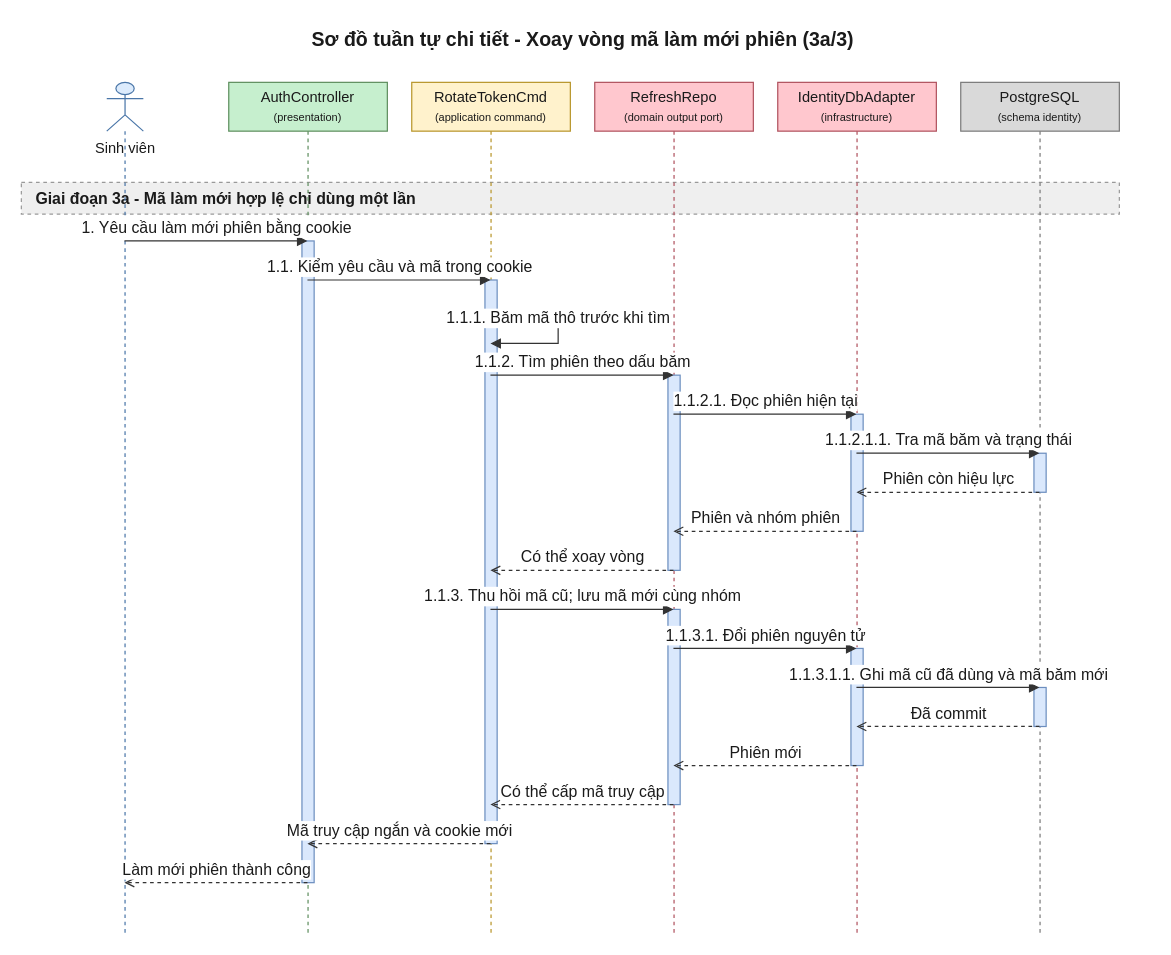
Before: 08-diagram/sequence/user/sequence_user_dang_ky_dang_nhap_p3.drawio in daiphu1801/PRJ_ALGOPREP, a draw.io diagram. Source tidied: cells renumbered, new cells numbered last; positions are measured from the earlier drawing's top-left corner, leaving out a move shared by most shapes. Both pictures are drawn from the tidied source at 122%, with x=0, y=0 at pixel (21, 21).
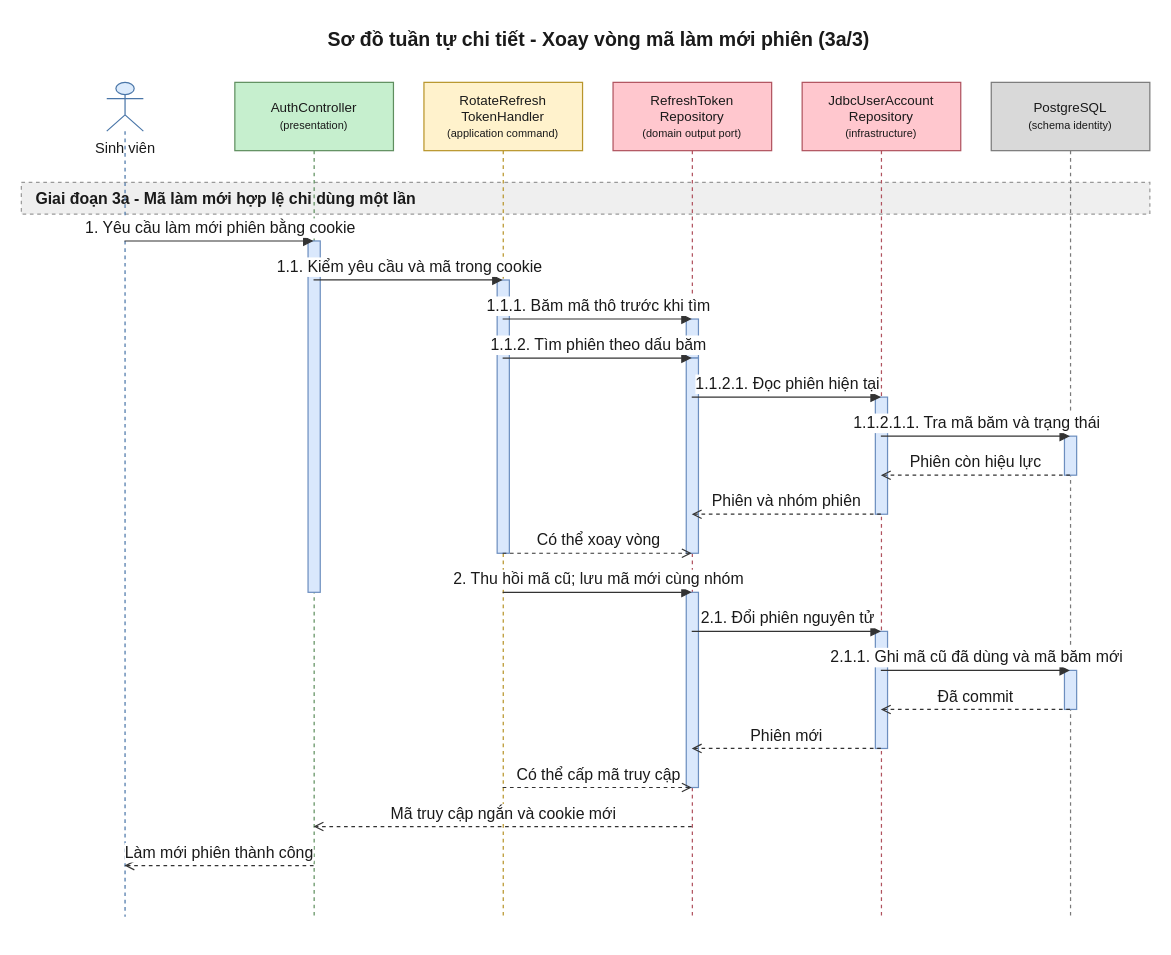
The same diagram, later.

Diff of the diagram source:
```diff
@@
     <mxCell id="2" value="Sơ đồ tuần tự chi tiết - Xoay vòng mã làm mới phiên (3a/3)" style="text;html=1;fontSize=16;fontStyle=1;align=center;verticalAlign=middle;fontColor=#1A1A1A;" parent="1" vertex="1">
-      <mxGeometry x="20" width="880" height="30" as="geometry" />
+      <mxGeometry x="20" width="905" height="30" as="geometry" />
     </mxCell>
     <mxCell id="3" value="Giai đoạn 3a - Mã làm mới hợp lệ chỉ dùng một lần" style="algoprep=phase;rounded=0;whiteSpace=wrap;html=1;fillColor=#EFEFEF;strokeColor=#999999;dashed=1;align=left;verticalAlign=middle;spacingLeft=10;fontColor=#1A1A1A;fontSize=13;fontStyle=1;" parent="1" vertex="1">
-      <mxGeometry y="132" width="900" height="26" as="geometry" />
+      <mxGeometry y="132" width="925" height="26" as="geometry" />
     </mxCell>
     <mxCell id="4" value="Sinh viên" style="shape=umlLifeline;participant=umlActor;perimeter=lifelinePerimeter;html=1;outlineConnect=0;size=40;verticalAlign=top;spacingTop=40;fillColor=#DCEBFC;strokeColor=#4A76A8;fontColor=#1A1A1A;" parent="1" vertex="1">
-      <mxGeometry x="70" y="50" width="30" height="698" as="geometry" />
+      <mxGeometry x="70" y="50" width="30" height="684" as="geometry" />
     </mxCell>
-    <mxCell id="5" value="AuthController&lt;br&gt;&lt;font style=&quot;font-size:9px&quot;&gt;(presentation)&lt;/font&gt;" style="shape=umlLifeline;perimeter=lifelinePerimeter;whiteSpace=wrap;html=1;outlineConnect=0;size=40;fillColor=#C6EFCE;strokeColor=#5E8E5E;fontColor=#1A1A1A;" parent="1" vertex="1">
-      <mxGeometry x="170" y="50" width="130" height="698" as="geometry" />
+    <mxCell id="5" value="AuthController&lt;br&gt;&lt;font style=&quot;font-size:9px&quot;&gt;(presentation)&lt;/font&gt;" style="shape=umlLifeline;perimeter=lifelinePerimeter;whiteSpace=wrap;html=1;outlineConnect=0;size=56;fontSize=11;fillColor=#C6EFCE;strokeColor=#5E8E5E;fontColor=#1A1A1A;" parent="1" vertex="1">
+      <mxGeometry x="175" y="50" width="130" height="684" as="geometry" />
     </mxCell>
-    <mxCell id="6" value="RotateTokenCmd&lt;br&gt;&lt;font style=&quot;font-size:9px&quot;&gt;(application command)&lt;/font&gt;" style="shape=umlLifeline;perimeter=lifelinePerimeter;whiteSpace=wrap;html=1;outlineConnect=0;size=40;fillColor=#FFF2CC;strokeColor=#B8952A;fontColor=#1A1A1A;" parent="1" vertex="1">
-      <mxGeometry x="320" y="50" width="130" height="698" as="geometry" />
+    <mxCell id="6" value="RotateRefresh&lt;br&gt;TokenHandler&lt;br&gt;&lt;font style=&quot;font-size:9px&quot;&gt;(application command)&lt;/font&gt;" style="shape=umlLifeline;perimeter=lifelinePerimeter;whiteSpace=wrap;html=1;outlineConnect=0;size=56;fontSize=11;fillColor=#FFF2CC;strokeColor=#B8952A;fontColor=#1A1A1A;" parent="1" vertex="1">
+      <mxGeometry x="330" y="50" width="130" height="684" as="geometry" />
     </mxCell>
-    <mxCell id="7" value="RefreshRepo&lt;br&gt;&lt;font style=&quot;font-size:9px&quot;&gt;(domain output port)&lt;/font&gt;" style="shape=umlLifeline;perimeter=lifelinePerimeter;whiteSpace=wrap;html=1;outlineConnect=0;size=40;fillColor=#FFC7CE;strokeColor=#B0525E;fontColor=#1A1A1A;" parent="1" vertex="1">
-      <mxGeometry x="470" y="50" width="130" height="698" as="geometry" />
+    <mxCell id="7" value="RefreshToken&lt;br&gt;Repository&lt;br&gt;&lt;font style=&quot;font-size:9px&quot;&gt;(domain output port)&lt;/font&gt;" style="shape=umlLifeline;perimeter=lifelinePerimeter;whiteSpace=wrap;html=1;outlineConnect=0;size=56;fontSize=11;fillColor=#FFC7CE;strokeColor=#B0525E;fontColor=#1A1A1A;" parent="1" vertex="1">
+      <mxGeometry x="485" y="50" width="130" height="684" as="geometry" />
     </mxCell>
-    <mxCell id="8" value="IdentityDbAdapter&lt;br&gt;&lt;font style=&quot;font-size:9px&quot;&gt;(infrastructure)&lt;/font&gt;" style="shape=umlLifeline;perimeter=lifelinePerimeter;whiteSpace=wrap;html=1;outlineConnect=0;size=40;fillColor=#FFC7CE;strokeColor=#B0525E;fontColor=#1A1A1A;" parent="1" vertex="1">
-      <mxGeometry x="620" y="50" width="130" height="698" as="geometry" />
+    <mxCell id="8" value="JdbcUserAccount&lt;br&gt;Repository&lt;br&gt;&lt;font style=&quot;font-size:9px&quot;&gt;(infrastructure)&lt;/font&gt;" style="shape=umlLifeline;perimeter=lifelinePerimeter;whiteSpace=wrap;html=1;outlineConnect=0;size=56;fontSize=11;fillColor=#FFC7CE;strokeColor=#B0525E;fontColor=#1A1A1A;" parent="1" vertex="1">
+      <mxGeometry x="640" y="50" width="130" height="684" as="geometry" />
     </mxCell>
-    <mxCell id="9" value="PostgreSQL&lt;br&gt;&lt;font style=&quot;font-size:9px&quot;&gt;(schema identity)&lt;/font&gt;" style="shape=umlLifeline;perimeter=lifelinePerimeter;whiteSpace=wrap;html=1;outlineConnect=0;size=40;fillColor=#D9D9D9;strokeColor=#7A7A7A;fontColor=#1A1A1A;" parent="1" vertex="1">
-      <mxGeometry x="770" y="50" width="130" height="698" as="geometry" />
+    <mxCell id="9" value="PostgreSQL&lt;br&gt;&lt;font style=&quot;font-size:9px&quot;&gt;(schema identity)&lt;/font&gt;" style="shape=umlLifeline;perimeter=lifelinePerimeter;whiteSpace=wrap;html=1;outlineConnect=0;size=56;fontSize=11;fillColor=#D9D9D9;strokeColor=#7A7A7A;fontColor=#1A1A1A;" parent="1" vertex="1">
+      <mxGeometry x="795" y="50" width="130" height="684" as="geometry" />
     </mxCell>
-    <mxCell id="10" style="html=1;perimeter=orthogonalPerimeter;targetShapes=umlLifeline;fillColor=#DAE8FC;strokeColor=#6C8EBF;" parent="9" vertex="1">
-      <mxGeometry x="60" y="304" width="10" height="32" as="geometry" />
+    <mxCell id="10" style="html=1;perimeter=orthogonalPerimeter;targetShapes=umlLifeline;fillColor=#DAE8FC;strokeColor=#6C8EBF;" parent="7" vertex="1">
+      <mxGeometry x="60" y="194" width="10" height="32" as="geometry" />
     </mxCell>
-    <mxCell id="11" style="html=1;perimeter=orthogonalPerimeter;targetShapes=umlLifeline;fillColor=#DAE8FC;strokeColor=#6C8EBF;" parent="8" vertex="1">
-      <mxGeometry x="60" y="272" width="10" height="96" as="geometry" />
+    <mxCell id="11" style="html=1;perimeter=orthogonalPerimeter;targetShapes=umlLifeline;fillColor=#DAE8FC;strokeColor=#6C8EBF;" parent="9" vertex="1">
+      <mxGeometry x="60" y="290" width="10" height="32" as="geometry" />
     </mxCell>
-    <mxCell id="12" style="html=1;perimeter=orthogonalPerimeter;targetShapes=umlLifeline;fillColor=#DAE8FC;strokeColor=#6C8EBF;" parent="7" vertex="1">
-      <mxGeometry x="60" y="240" width="10" height="160" as="geometry" />
+    <mxCell id="12" style="html=1;perimeter=orthogonalPerimeter;targetShapes=umlLifeline;fillColor=#DAE8FC;strokeColor=#6C8EBF;" parent="8" vertex="1">
+      <mxGeometry x="60" y="258" width="10" height="96" as="geometry" />
     </mxCell>
-    <mxCell id="13" style="html=1;perimeter=orthogonalPerimeter;targetShapes=umlLifeline;fillColor=#DAE8FC;strokeColor=#6C8EBF;" parent="9" vertex="1">
-      <mxGeometry x="60" y="496" width="10" height="32" as="geometry" />
+    <mxCell id="13" style="html=1;perimeter=orthogonalPerimeter;targetShapes=umlLifeline;fillColor=#DAE8FC;strokeColor=#6C8EBF;" parent="7" vertex="1">
+      <mxGeometry x="60" y="226" width="10" height="160" as="geometry" />
     </mxCell>
-    <mxCell id="14" style="html=1;perimeter=orthogonalPerimeter;targetShapes=umlLifeline;fillColor=#DAE8FC;strokeColor=#6C8EBF;" parent="8" vertex="1">
-      <mxGeometry x="60" y="464" width="10" height="96" as="geometry" />
+    <mxCell id="14" style="html=1;perimeter=orthogonalPerimeter;targetShapes=umlLifeline;fillColor=#DAE8FC;strokeColor=#6C8EBF;" parent="6" vertex="1">
+      <mxGeometry x="60" y="162" width="10" height="224" as="geometry" />
     </mxCell>
-    <mxCell id="15" style="html=1;perimeter=orthogonalPerimeter;targetShapes=umlLifeline;fillColor=#DAE8FC;strokeColor=#6C8EBF;" parent="7" vertex="1">
-      <mxGeometry x="60" y="432" width="10" height="160" as="geometry" />
+    <mxCell id="15" style="html=1;perimeter=orthogonalPerimeter;targetShapes=umlLifeline;fillColor=#DAE8FC;strokeColor=#6C8EBF;" parent="5" vertex="1">
+      <mxGeometry x="60" y="130" width="10" height="288" as="geometry" />
     </mxCell>
-    <mxCell id="16" style="html=1;perimeter=orthogonalPerimeter;targetShapes=umlLifeline;fillColor=#DAE8FC;strokeColor=#6C8EBF;" parent="6" vertex="1">
-      <mxGeometry x="60" y="162" width="10" height="462" as="geometry" />
+    <mxCell id="16" style="html=1;perimeter=orthogonalPerimeter;targetShapes=umlLifeline;fillColor=#DAE8FC;strokeColor=#6C8EBF;" parent="9" vertex="1">
+      <mxGeometry x="60" y="482" width="10" height="32" as="geometry" />
     </mxCell>
-    <mxCell id="17" style="html=1;perimeter=orthogonalPerimeter;targetShapes=umlLifeline;fillColor=#DAE8FC;strokeColor=#6C8EBF;" parent="5" vertex="1">
-      <mxGeometry x="60" y="130" width="10" height="526" as="geometry" />
+    <mxCell id="17" style="html=1;perimeter=orthogonalPerimeter;targetShapes=umlLifeline;fillColor=#DAE8FC;strokeColor=#6C8EBF;" parent="8" vertex="1">
+      <mxGeometry x="60" y="450" width="10" height="96" as="geometry" />
     </mxCell>
-    <mxCell id="18" value="1. Yêu cầu làm mới phiên bằng cookie" style="edgeStyle=none;html=1;endArrow=block;endFill=1;strokeColor=#333333;fontColor=#1A1A1A;fontSize=13;verticalAlign=bottom;exitX=0.5;exitY=0.1862;exitDx=0;exitDy=0;entryX=0.5;entryY=0.1862;entryDx=0;entryDy=0;" parent="1" edge="1" source="4" target="5">
-      <mxGeometry relative="1" as="geometry" />
-    </mxCell>
+    <mxCell id="35" style="html=1;perimeter=orthogonalPerimeter;targetShapes=umlLifeline;fillColor=#DAE8FC;strokeColor=#6C8EBF;" parent="7" vertex="1">
+      <mxGeometry x="60" y="418" width="10" height="160" as="geometry" />
+    </mxCell>
-    <mxCell id="19" value="1.1. Kiểm yêu cầu và mã trong cookie" style="edgeStyle=none;html=1;endArrow=block;endFill=1;strokeColor=#333333;fontColor=#1A1A1A;fontSize=13;verticalAlign=bottom;exitX=0.5;exitY=0.2321;exitDx=0;exitDy=0;entryX=0.5;entryY=0.2321;entryDx=0;entryDy=0;" parent="1" edge="1" source="5" target="6">
+    <mxCell id="19" value="1. Yêu cầu làm mới phiên bằng cookie" style="edgeStyle=none;html=1;endArrow=block;endFill=1;strokeColor=#333333;fontColor=#1A1A1A;fontSize=13;verticalAlign=bottom;exitX=0.5;exitY=0.1901;exitDx=0;exitDy=0;entryX=0.5;entryY=0.1901;entryDx=0;entryDy=0;" parent="1" edge="1" source="4" target="5">
       <mxGeometry relative="1" as="geometry" />
     </mxCell>
-    <mxCell id="20" value="1.1.1. Băm mã thô trước khi tìm" style="edgeStyle=orthogonalEdgeStyle;rounded=0;html=1;endArrow=block;endFill=1;strokeColor=#333333;fontColor=#1A1A1A;fontSize=13;verticalAlign=bottom;exitX=0.5;exitY=0.2779;exitDx=0;exitDy=0;entryX=0.5;entryY=0.3066;entryDx=0;entryDy=0;" parent="1" edge="1" source="6" target="6">
-      <mxGeometry relative="1" as="geometry">
-        <Array as="points">
-          <mxPoint x="440" y="244" />
-          <mxPoint x="440" y="264" />
-        </Array>
-      </mxGeometry>
+    <mxCell id="20" value="1.1. Kiểm yêu cầu và mã trong cookie" style="edgeStyle=none;html=1;endArrow=block;endFill=1;strokeColor=#333333;fontColor=#1A1A1A;fontSize=13;verticalAlign=bottom;exitX=0.5;exitY=0.2368;exitDx=0;exitDy=0;entryX=0.5;entryY=0.2368;entryDx=0;entryDy=0;" parent="1" edge="1" source="5" target="6">
+      <mxGeometry relative="1" as="geometry" />
     </mxCell>
-    <mxCell id="21" value="1.1.2. Tìm phiên theo dấu băm" style="edgeStyle=none;html=1;endArrow=block;endFill=1;strokeColor=#333333;fontColor=#1A1A1A;fontSize=13;verticalAlign=bottom;exitX=0.5;exitY=0.3438;exitDx=0;exitDy=0;entryX=0.5;entryY=0.3438;entryDx=0;entryDy=0;" parent="1" edge="1" source="6" target="7">
+    <mxCell id="21" value="1.1.1. Băm mã thô trước khi tìm" style="edgeStyle=none;html=1;endArrow=block;endFill=1;strokeColor=#333333;fontColor=#1A1A1A;fontSize=13;verticalAlign=bottom;exitX=0.5;exitY=0.2836;exitDx=0;exitDy=0;entryX=0.5;entryY=0.2836;entryDx=0;entryDy=0;" parent="1" edge="1" source="6" target="7">
       <mxGeometry relative="1" as="geometry" />
     </mxCell>
-    <mxCell id="22" value="1.1.2.1. Đọc phiên hiện tại" style="edgeStyle=none;html=1;endArrow=block;endFill=1;strokeColor=#333333;fontColor=#1A1A1A;fontSize=13;verticalAlign=bottom;exitX=0.5;exitY=0.3897;exitDx=0;exitDy=0;entryX=0.5;entryY=0.3897;entryDx=0;entryDy=0;" parent="1" edge="1" source="7" target="8">
+    <mxCell id="22" value="1.1.2. Tìm phiên theo dấu băm" style="edgeStyle=none;html=1;endArrow=block;endFill=1;strokeColor=#333333;fontColor=#1A1A1A;fontSize=13;verticalAlign=bottom;exitX=0.5;exitY=0.3304;exitDx=0;exitDy=0;entryX=0.5;entryY=0.3304;entryDx=0;entryDy=0;" parent="1" edge="1" source="6" target="7">
       <mxGeometry relative="1" as="geometry" />
     </mxCell>
-    <mxCell id="23" value="1.1.2.1.1. Tra mã băm và trạng thái" style="edgeStyle=none;html=1;endArrow=block;endFill=1;strokeColor=#333333;fontColor=#1A1A1A;fontSize=13;verticalAlign=bottom;exitX=0.5;exitY=0.4355;exitDx=0;exitDy=0;entryX=0.5;entryY=0.4355;entryDx=0;entryDy=0;" parent="1" edge="1" source="8" target="9">
+    <mxCell id="23" value="1.1.2.1. Đọc phiên hiện tại" style="edgeStyle=none;html=1;endArrow=block;endFill=1;strokeColor=#333333;fontColor=#1A1A1A;fontSize=13;verticalAlign=bottom;exitX=0.5;exitY=0.3772;exitDx=0;exitDy=0;entryX=0.5;entryY=0.3772;entryDx=0;entryDy=0;" parent="1" edge="1" source="7" target="8">
       <mxGeometry relative="1" as="geometry" />
     </mxCell>
-    <mxCell id="24" value="Phiên còn hiệu lực" style="edgeStyle=none;html=1;endArrow=open;endFill=0;dashed=1;strokeColor=#333333;fontColor=#1A1A1A;fontSize=13;verticalAlign=bottom;exitX=0.5;exitY=0.4814;exitDx=0;exitDy=0;entryX=0.5;entryY=0.4814;entryDx=0;entryDy=0;" parent="1" edge="1" source="9" target="8">
+    <mxCell id="24" value="1.1.2.1.1. Tra mã băm và trạng thái" style="edgeStyle=none;html=1;endArrow=block;endFill=1;strokeColor=#333333;fontColor=#1A1A1A;fontSize=13;verticalAlign=bottom;exitX=0.5;exitY=0.4240;exitDx=0;exitDy=0;entryX=0.5;entryY=0.4240;entryDx=0;entryDy=0;" parent="1" edge="1" source="8" target="9">
       <mxGeometry relative="1" as="geometry" />
     </mxCell>
-    <mxCell id="25" value="Phiên và nhóm phiên" style="edgeStyle=none;html=1;endArrow=open;endFill=0;dashed=1;strokeColor=#333333;fontColor=#1A1A1A;fontSize=13;verticalAlign=bottom;exitX=0.5;exitY=0.5272;exitDx=0;exitDy=0;entryX=0.5;entryY=0.5272;entryDx=0;entryDy=0;" parent="1" edge="1" source="8" target="7">
+    <mxCell id="25" value="Phiên còn hiệu lực" style="edgeStyle=none;html=1;endArrow=open;endFill=0;dashed=1;strokeColor=#333333;fontColor=#1A1A1A;fontSize=13;verticalAlign=bottom;exitX=0.5;exitY=0.4708;exitDx=0;exitDy=0;entryX=0.5;entryY=0.4708;entryDx=0;entryDy=0;" parent="1" edge="1" source="9" target="8">
       <mxGeometry relative="1" as="geometry" />
     </mxCell>
-    <mxCell id="26" value="Có thể xoay vòng" style="edgeStyle=none;html=1;endArrow=open;endFill=0;dashed=1;strokeColor=#333333;fontColor=#1A1A1A;fontSize=13;verticalAlign=bottom;exitX=0.5;exitY=0.5731;exitDx=0;exitDy=0;entryX=0.5;entryY=0.5731;entryDx=0;entryDy=0;" parent="1" edge="1" source="7" target="6">
+    <mxCell id="26" value="Phiên và nhóm phiên" style="edgeStyle=none;html=1;endArrow=open;endFill=0;dashed=1;strokeColor=#333333;fontColor=#1A1A1A;fontSize=13;verticalAlign=bottom;exitX=0.5;exitY=0.5175;exitDx=0;exitDy=0;entryX=0.5;entryY=0.5175;entryDx=0;entryDy=0;" parent="1" edge="1" source="8" target="7">
       <mxGeometry relative="1" as="geometry" />
     </mxCell>
-    <mxCell id="27" value="1.1.3. Thu hồi mã cũ; lưu mã mới cùng nhóm" style="edgeStyle=none;html=1;endArrow=block;endFill=1;strokeColor=#333333;fontColor=#1A1A1A;fontSize=13;verticalAlign=bottom;exitX=0.5;exitY=0.6189;exitDx=0;exitDy=0;entryX=0.5;entryY=0.6189;entryDx=0;entryDy=0;" parent="1" edge="1" source="6" target="7">
+    <mxCell id="27" value="Có thể xoay vòng" style="edgeStyle=none;html=1;endArrow=open;endFill=0;dashed=1;strokeColor=#333333;fontColor=#1A1A1A;fontSize=13;verticalAlign=bottom;exitX=0.5;exitY=0.5643;exitDx=0;exitDy=0;entryX=0.5;entryY=0.5643;entryDx=0;entryDy=0;" parent="1" edge="1" source="6" target="7">
       <mxGeometry relative="1" as="geometry" />
     </mxCell>
-    <mxCell id="28" value="1.1.3.1. Đổi phiên nguyên tử" style="edgeStyle=none;html=1;endArrow=block;endFill=1;strokeColor=#333333;fontColor=#1A1A1A;fontSize=13;verticalAlign=bottom;exitX=0.5;exitY=0.6648;exitDx=0;exitDy=0;entryX=0.5;entryY=0.6648;entryDx=0;entryDy=0;" parent="1" edge="1" source="7" target="8">
+    <mxCell id="28" value="2. Thu hồi mã cũ; lưu mã mới cùng nhóm" style="edgeStyle=none;html=1;endArrow=block;endFill=1;strokeColor=#333333;fontColor=#1A1A1A;fontSize=13;verticalAlign=bottom;exitX=0.5;exitY=0.6111;exitDx=0;exitDy=0;entryX=0.5;entryY=0.6111;entryDx=0;entryDy=0;" parent="1" edge="1" source="6" target="7">
       <mxGeometry relative="1" as="geometry" />
     </mxCell>
-    <mxCell id="29" value="1.1.3.1.1. Ghi mã cũ đã dùng và mã băm mới" style="edgeStyle=none;html=1;endArrow=block;endFill=1;strokeColor=#333333;fontColor=#1A1A1A;fontSize=13;verticalAlign=bottom;exitX=0.5;exitY=0.7106;exitDx=0;exitDy=0;entryX=0.5;entryY=0.7106;entryDx=0;entryDy=0;" parent="1" edge="1" source="8" target="9">
+    <mxCell id="29" value="2.1. Đổi phiên nguyên tử" style="edgeStyle=none;html=1;endArrow=block;endFill=1;strokeColor=#333333;fontColor=#1A1A1A;fontSize=13;verticalAlign=bottom;exitX=0.5;exitY=0.6579;exitDx=0;exitDy=0;entryX=0.5;entryY=0.6579;entryDx=0;entryDy=0;" parent="1" edge="1" source="7" target="8">
       <mxGeometry relative="1" as="geometry" />
     </mxCell>
-    <mxCell id="30" value="Đã commit" style="edgeStyle=none;html=1;endArrow=open;endFill=0;dashed=1;strokeColor=#333333;fontColor=#1A1A1A;fontSize=13;verticalAlign=bottom;exitX=0.5;exitY=0.7564;exitDx=0;exitDy=0;entryX=0.5;entryY=0.7564;entryDx=0;entryDy=0;" parent="1" edge="1" source="9" target="8">
+    <mxCell id="30" value="2.1.1. Ghi mã cũ đã dùng và mã băm mới" style="edgeStyle=none;html=1;endArrow=block;endFill=1;strokeColor=#333333;fontColor=#1A1A1A;fontSize=13;verticalAlign=bottom;exitX=0.5;exitY=0.7047;exitDx=0;exitDy=0;entryX=0.5;entryY=0.7047;entryDx=0;entryDy=0;" parent="1" edge="1" source="8" target="9">
       <mxGeometry relative="1" as="geometry" />
     </mxCell>
-    <mxCell id="31" value="Phiên mới" style="edgeStyle=none;html=1;endArrow=open;endFill=0;dashed=1;strokeColor=#333333;fontColor=#1A1A1A;fontSize=13;verticalAlign=bottom;exitX=0.5;exitY=0.8023;exitDx=0;exitDy=0;entryX=0.5;entryY=0.8023;entryDx=0;entryDy=0;" parent="1" edge="1" source="8" target="7">
+    <mxCell id="31" value="Đã commit" style="edgeStyle=none;html=1;endArrow=open;endFill=0;dashed=1;strokeColor=#333333;fontColor=#1A1A1A;fontSize=13;verticalAlign=bottom;exitX=0.5;exitY=0.7515;exitDx=0;exitDy=0;entryX=0.5;entryY=0.7515;entryDx=0;entryDy=0;" parent="1" edge="1" source="9" target="8">
       <mxGeometry relative="1" as="geometry" />
     </mxCell>
-    <mxCell id="32" value="Có thể cấp mã truy cập" style="edgeStyle=none;html=1;endArrow=open;endFill=0;dashed=1;strokeColor=#333333;fontColor=#1A1A1A;fontSize=13;verticalAlign=bottom;exitX=0.5;exitY=0.8481;exitDx=0;exitDy=0;entryX=0.5;entryY=0.8481;entryDx=0;entryDy=0;" parent="1" edge="1" source="7" target="6">
+    <mxCell id="32" value="Phiên mới" style="edgeStyle=none;html=1;endArrow=open;endFill=0;dashed=1;strokeColor=#333333;fontColor=#1A1A1A;fontSize=13;verticalAlign=bottom;exitX=0.5;exitY=0.7982;exitDx=0;exitDy=0;entryX=0.5;entryY=0.7982;entryDx=0;entryDy=0;" parent="1" edge="1" source="8" target="7">
       <mxGeometry relative="1" as="geometry" />
     </mxCell>
-    <mxCell id="33" value="Mã truy cập ngắn và cookie mới" style="edgeStyle=none;html=1;endArrow=open;endFill=0;dashed=1;strokeColor=#333333;fontColor=#1A1A1A;fontSize=13;verticalAlign=bottom;exitX=0.5;exitY=0.8940;exitDx=0;exitDy=0;entryX=0.5;entryY=0.8940;entryDx=0;entryDy=0;" parent="1" edge="1" source="6" target="5">
+    <mxCell id="33" value="Có thể cấp mã truy cập" style="edgeStyle=none;html=1;endArrow=open;endFill=0;dashed=1;strokeColor=#333333;fontColor=#1A1A1A;fontSize=13;verticalAlign=bottom;exitX=0.5;exitY=0.8450;exitDx=0;exitDy=0;entryX=0.5;entryY=0.8450;entryDx=0;entryDy=0;" parent="1" edge="1" source="6" target="7">
       <mxGeometry relative="1" as="geometry" />
     </mxCell>
-    <mxCell id="34" value="Làm mới phiên thành công" style="edgeStyle=none;html=1;endArrow=open;endFill=0;dashed=1;strokeColor=#333333;fontColor=#1A1A1A;fontSize=13;verticalAlign=bottom;exitX=0.5;exitY=0.9398;exitDx=0;exitDy=0;entryX=0.5;entryY=0.9398;entryDx=0;entryDy=0;" parent="1" edge="1" source="5" target="4">
+    <mxCell id="34" value="Mã truy cập ngắn và cookie mới" style="edgeStyle=none;html=1;endArrow=open;endFill=0;dashed=1;strokeColor=#333333;fontColor=#1A1A1A;fontSize=13;verticalAlign=bottom;exitX=0.5;exitY=0.8918;exitDx=0;exitDy=0;entryX=0.5;entryY=0.8918;entryDx=0;entryDy=0;" parent="1" edge="1" source="7" target="5">
       <mxGeometry relative="1" as="geometry" />
     </mxCell>
+    <mxCell id="36" value="Làm mới phiên thành công" style="edgeStyle=none;html=1;endArrow=open;endFill=0;dashed=1;strokeColor=#333333;fontColor=#1A1A1A;fontSize=13;verticalAlign=bottom;exitX=0.5;exitY=0.9386;exitDx=0;exitDy=0;entryX=0.5;entryY=0.9386;entryDx=0;entryDy=0;" parent="1" edge="1" source="5" target="4">
+      <mxGeometry relative="1" as="geometry" />
+    </mxCell>
```
